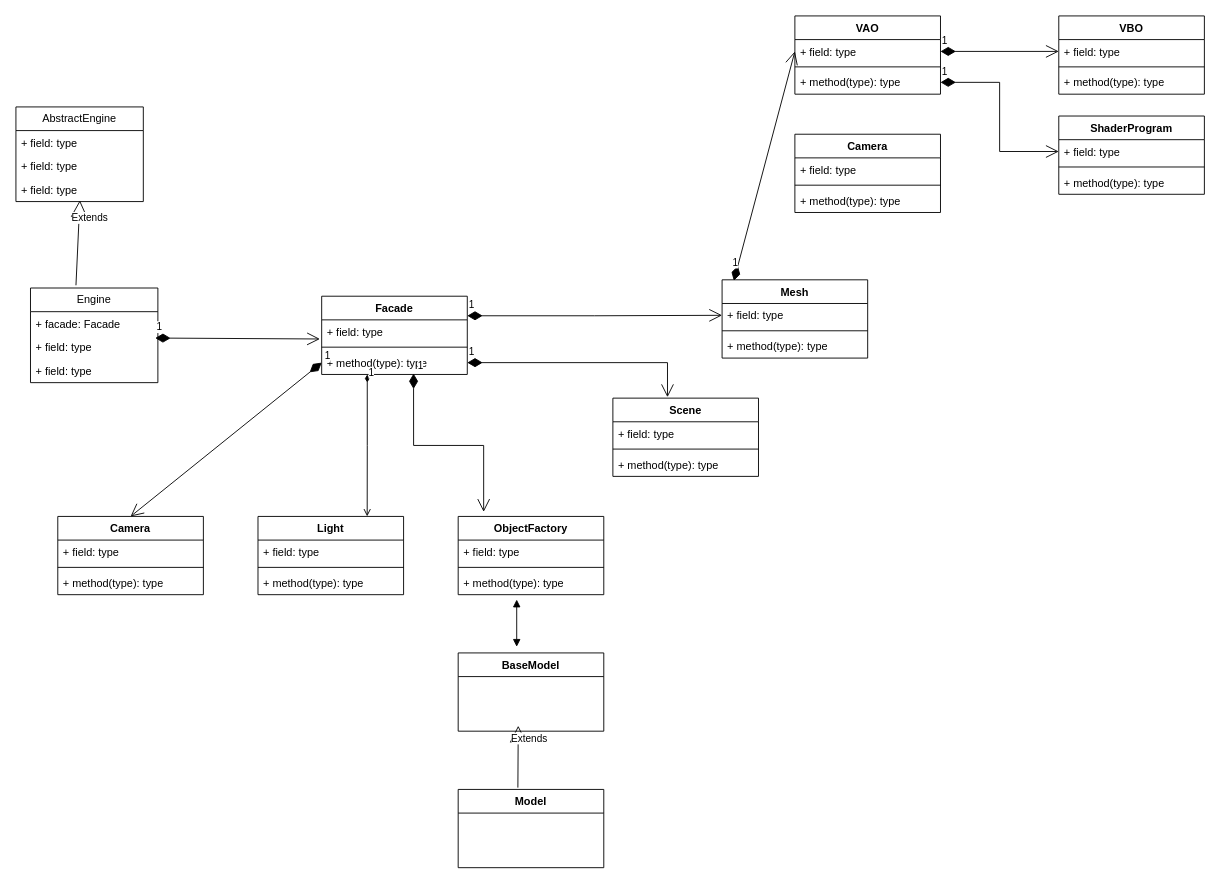
Earlier version of the draw.io diagram design.drawio (Lakshan-Vibhusha-Kannangara/python_OPENGL_ENGINE). Source tidied: cells renumbered, new cells numbered last; positions are measured from the earlier drawing's top-left corner, leaving out a move shared by most shapes. Both pictures are drawn from the tidied source at 91%, with x=0, y=0 at pixel (15, 15).
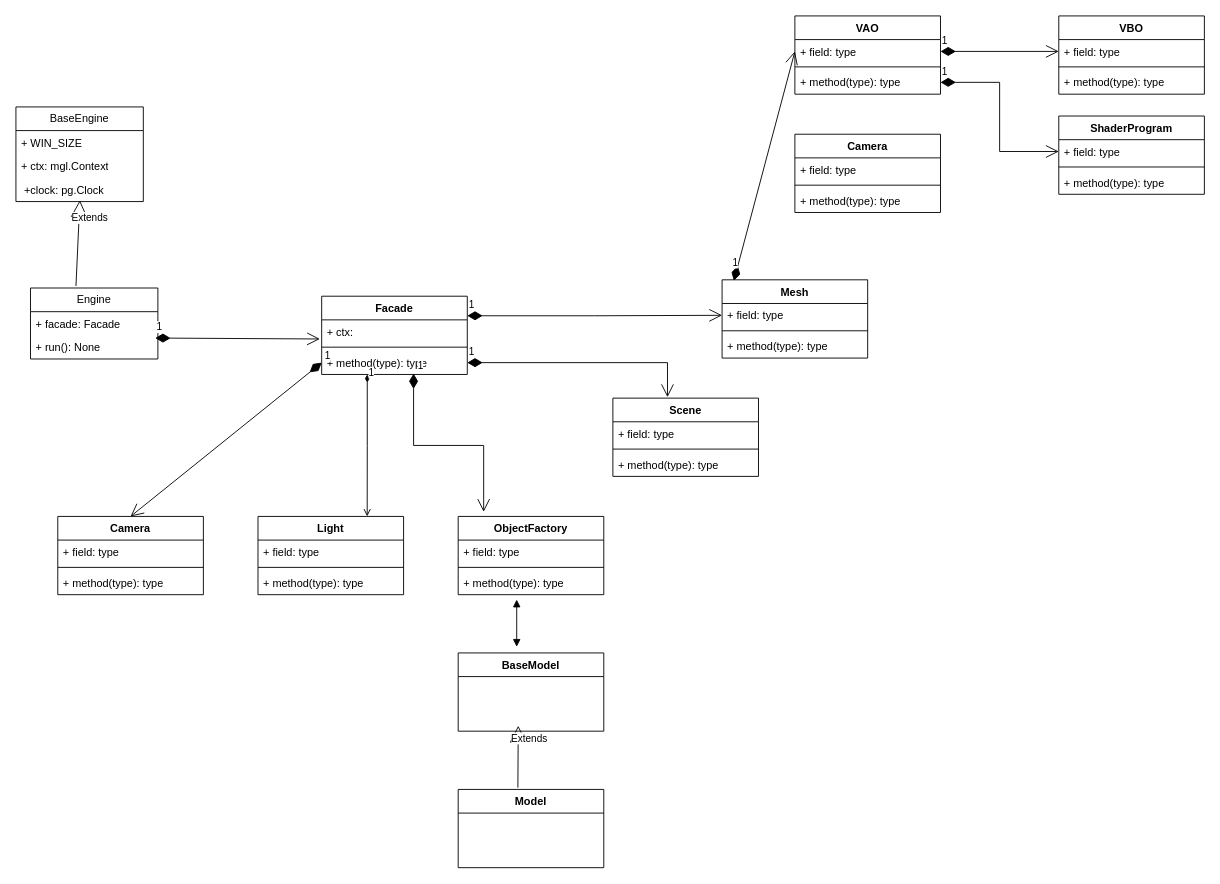
Above is the later version.

Unchanged cells that the change refers to:
```xml
<mxCell id="11" value="Facade" style="swimlane;fontStyle=1;align=center;verticalAlign=top;horizontal=1;startSize=26;whiteSpace=wrap;html=1;" parent="1" vertex="1">
  <mxGeometry x="336" y="308" width="160" height="86" as="geometry" />
</mxCell>
```

Diff of the diagram source:
```diff
@@
     <mxCell id="2" value="Engine" style="swimlane;fontStyle=0;horizontal=1;startSize=26;fillColor=none;whiteSpace=wrap;html=1;" parent="1" vertex="1">
-      <mxGeometry x="16" y="299" width="140" height="104" as="geometry" />
+      <mxGeometry x="16" y="299" width="140" height="78" as="geometry" />
     </mxCell>
@@
-    <mxCell id="4" value="+ field: type" style="text;strokeColor=none;fillColor=none;align=left;verticalAlign=top;spacingLeft=4;spacingRight=4;overflow=hidden;points=[[0,0.5],[1,0.5]];portConstraint=eastwest;whiteSpace=wrap;html=1;" parent="2" vertex="1">
+    <mxCell id="4" value="+ run(): None" style="text;strokeColor=none;fillColor=none;align=left;verticalAlign=top;spacingLeft=4;spacingRight=4;overflow=hidden;points=[[0,0.5],[1,0.5]];portConstraint=eastwest;whiteSpace=wrap;html=1;" parent="2" vertex="1">
       <mxGeometry y="52" width="140" height="26" as="geometry" />
     </mxCell>
-    <mxCell id="5" value="+ field: type" style="text;strokeColor=none;fillColor=none;align=left;verticalAlign=top;spacingLeft=4;spacingRight=4;overflow=hidden;whiteSpace=wrap;html=1;" parent="2" vertex="1">
-      <mxGeometry y="78" width="140" height="26" as="geometry" />
-    </mxCell>
-    <mxCell id="6" value="AbstractEngine" style="swimlane;fontStyle=0;horizontal=1;startSize=26;fillColor=none;whiteSpace=wrap;html=1;" parent="1" vertex="1">
+    <mxCell id="6" value="BaseEngine" style="swimlane;fontStyle=0;horizontal=1;startSize=26;fillColor=none;whiteSpace=wrap;html=1;" parent="1" vertex="1">
       <mxGeometry y="100" width="140" height="104" as="geometry" />
     </mxCell>
-    <mxCell id="7" value="+ field: type" style="text;strokeColor=none;fillColor=none;align=left;verticalAlign=top;spacingLeft=4;spacingRight=4;overflow=hidden;whiteSpace=wrap;html=1;" parent="6" vertex="1">
+    <mxCell id="7" value="+ WIN_SIZE  " style="text;strokeColor=none;fillColor=none;align=left;verticalAlign=top;spacingLeft=4;spacingRight=4;overflow=hidden;whiteSpace=wrap;html=1;" parent="6" vertex="1">
       <mxGeometry y="26" width="140" height="26" as="geometry" />
     </mxCell>
-    <mxCell id="8" value="+ field: type" style="text;strokeColor=none;fillColor=none;align=left;verticalAlign=top;spacingLeft=4;spacingRight=4;overflow=hidden;whiteSpace=wrap;html=1;" parent="6" vertex="1">
+    <mxCell id="8" value="+ ctx: mgl.Context" style="text;strokeColor=none;fillColor=none;align=left;verticalAlign=top;spacingLeft=4;spacingRight=4;overflow=hidden;whiteSpace=wrap;html=1;" parent="6" vertex="1">
       <mxGeometry y="52" width="140" height="26" as="geometry" />
     </mxCell>
-    <mxCell id="9" value="+ field: type" style="text;strokeColor=none;fillColor=none;align=left;verticalAlign=top;spacingLeft=4;spacingRight=4;overflow=hidden;points=[[0,0.5],[1,0.5]];portConstraint=eastwest;whiteSpace=wrap;html=1;" parent="6" vertex="1">
+    <mxCell id="9" value="&amp;nbsp;+clock: pg.Clock" style="text;strokeColor=none;fillColor=none;align=left;verticalAlign=top;spacingLeft=4;spacingRight=4;overflow=hidden;points=[[0,0.5],[1,0.5]];portConstraint=eastwest;whiteSpace=wrap;html=1;" parent="6" vertex="1">
       <mxGeometry y="78" width="140" height="26" as="geometry" />
     </mxCell>
@@
-    <mxCell id="12" value="+ field: type" style="text;strokeColor=none;fillColor=none;align=left;verticalAlign=top;spacingLeft=4;spacingRight=4;overflow=hidden;points=[[0,0.5],[1,0.5]];portConstraint=eastwest;whiteSpace=wrap;html=1;" parent="11" vertex="1">
+    <mxCell id="12" value="+ ctx:&amp;nbsp;" style="text;strokeColor=none;fillColor=none;align=left;verticalAlign=top;spacingLeft=4;spacingRight=4;overflow=hidden;points=[[0,0.5],[1,0.5]];portConstraint=eastwest;whiteSpace=wrap;html=1;" parent="11" vertex="1">
       <mxGeometry y="26" width="160" height="26" as="geometry" />
     </mxCell>
```
